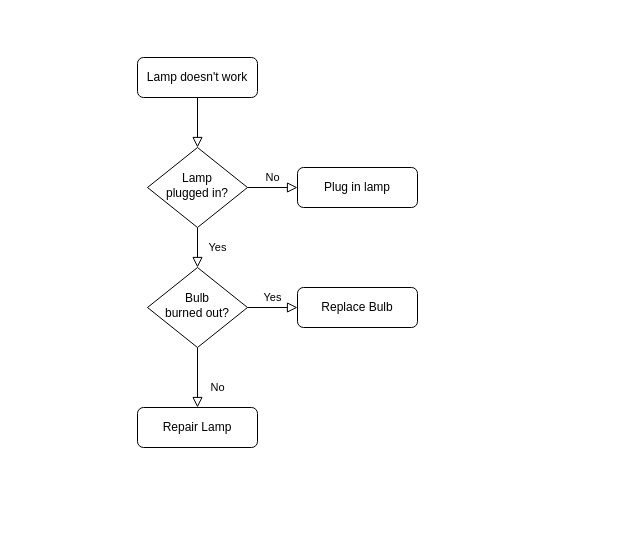
akce1/akce1 keeps this draw.io diagram as Untitled Diagram.drawio. Above is the earlier version. Source tidied: cells renumbered, new cells numbered last; positions are measured from the earlier drawing's top-left corner, leaving out a move shared by most shapes. Both pictures are drawn from the tidied source at 100%, with x=0, y=0 at pixel (137, 57).
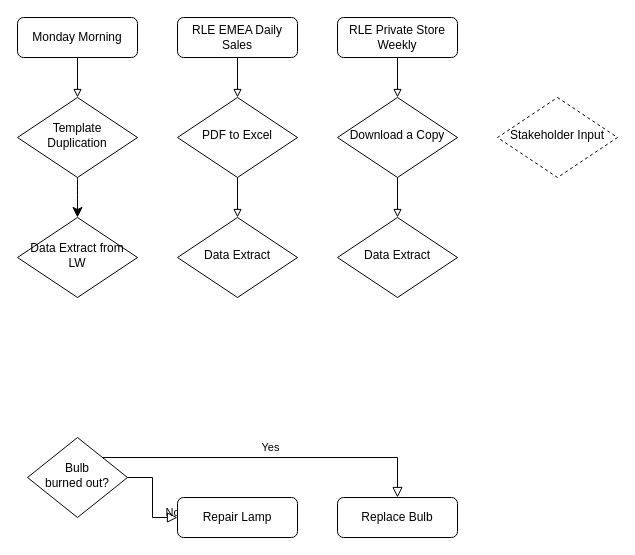
After the change.

Change to the diagram source:
```diff
@@
-    <mxCell id="2" style="rounded=0;html=1;jettySize=auto;fontSize=11;endArrow=block;endFill=0;endSize=8;strokeWidth=1;shadow=0;labelBackgroundColor=none;edgeStyle=orthogonalEdgeStyle;" parent="1" edge="1" source="3" target="6">
+    <mxCell id="2" style="rounded=0;html=1;jettySize=auto;fontSize=11;endArrow=block;endFill=0;strokeWidth=1;shadow=0;labelBackgroundColor=none;edgeStyle=orthogonalEdgeStyle;exitX=0.5;exitY=1;exitDx=0;exitDy=0;startArrow=none;startFill=0;strokeColor=default;" parent="1" edge="1" source="15" target="6">
       <mxGeometry relative="1" as="geometry" />
     </mxCell>
+    <mxCell id="13" style="edgeStyle=orthogonalEdgeStyle;rounded=0;jettySize=auto;html=1;fontSize=12;endArrow=block;endFill=0;startArrow=none;startFill=0;strokeColor=default;" parent="1" edge="1" source="3" target="19">
+      <mxGeometry relative="1" as="geometry" />
+    </mxCell>
-    <mxCell id="3" value="Lamp doesn't work" style="rounded=1;whiteSpace=wrap;html=1;fontSize=12;glass=0;strokeWidth=1;shadow=0;" parent="1" vertex="1">
-      <mxGeometry width="120" height="40" as="geometry" />
+    <mxCell id="3" value="RLE EMEA Daily Sales" style="rounded=1;whiteSpace=wrap;html=1;fontSize=12;glass=0;strokeWidth=1;shadow=0;" parent="1" vertex="1">
+      <mxGeometry x="40" y="-40" width="120" height="40" as="geometry" />
     </mxCell>
-    <mxCell id="4" value="Yes" style="rounded=0;html=1;jettySize=auto;fontSize=11;endArrow=block;endFill=0;endSize=8;strokeWidth=1;shadow=0;labelBackgroundColor=none;edgeStyle=orthogonalEdgeStyle;" parent="1" edge="1" source="6" target="10">
-      <mxGeometry y="20" relative="1" as="geometry" />
-    </mxCell>
-    <mxCell id="5" value="No" style="edgeStyle=orthogonalEdgeStyle;rounded=0;html=1;jettySize=auto;fontSize=11;endArrow=block;endFill=0;endSize=8;strokeWidth=1;shadow=0;labelBackgroundColor=none;" parent="1" edge="1" source="6" target="7">
-      <mxGeometry y="10" relative="1" as="geometry" />
-    </mxCell>
+    <mxCell id="14" style="edgeStyle=none;curved=1;rounded=0;jettySize=auto;html=1;fontSize=12;startSize=8;endSize=8;" parent="1" edge="1" source="6" target="25">
+      <mxGeometry relative="1" as="geometry" />
+    </mxCell>
-    <mxCell id="6" value="Lamp&lt;br&gt;plugged in?" style="rhombus;whiteSpace=wrap;html=1;shadow=0;fontFamily=Helvetica;fontSize=12;align=center;strokeWidth=1;spacing=6;spacingTop=-4;" parent="1" vertex="1">
-      <mxGeometry x="10" y="90" width="100" height="80" as="geometry" />
+    <mxCell id="6" value="Template Duplication" style="rhombus;whiteSpace=wrap;html=1;shadow=0;fontFamily=Helvetica;fontSize=12;align=center;strokeWidth=1;spacing=6;spacingTop=-4;" parent="1" vertex="1">
+      <mxGeometry x="-120" y="40" width="120" height="80" as="geometry" />
     </mxCell>
-    <mxCell id="7" value="Plug in lamp" style="rounded=1;whiteSpace=wrap;html=1;fontSize=12;glass=0;strokeWidth=1;shadow=0;" parent="1" vertex="1">
-      <mxGeometry x="160" y="110" width="120" height="40" as="geometry" />
-    </mxCell>
@@
     <mxCell id="9" value="Yes" style="edgeStyle=orthogonalEdgeStyle;rounded=0;html=1;jettySize=auto;fontSize=11;endArrow=block;endFill=0;endSize=8;strokeWidth=1;shadow=0;labelBackgroundColor=none;" parent="1" edge="1" source="10" target="12">
-      <mxGeometry y="10" relative="1" as="geometry" />
+      <mxGeometry y="10" relative="1" as="geometry">
+        <Array as="points">
+          <mxPoint x="260" y="400" />
+        </Array>
+      </mxGeometry>
     </mxCell>
     <mxCell id="10" value="Bulb&lt;br&gt;burned out?" style="rhombus;whiteSpace=wrap;html=1;shadow=0;fontFamily=Helvetica;fontSize=12;align=center;strokeWidth=1;spacing=6;spacingTop=-4;" parent="1" vertex="1">
-      <mxGeometry x="10" y="210" width="100" height="80" as="geometry" />
+      <mxGeometry x="-110" y="380" width="100" height="80" as="geometry" />
     </mxCell>
     <mxCell id="11" value="Repair Lamp" style="rounded=1;whiteSpace=wrap;html=1;fontSize=12;glass=0;strokeWidth=1;shadow=0;" parent="1" vertex="1">
-      <mxGeometry y="350" width="120" height="40" as="geometry" />
+      <mxGeometry x="40" y="440" width="120" height="40" as="geometry" />
     </mxCell>
     <mxCell id="12" value="Replace Bulb" style="rounded=1;whiteSpace=wrap;html=1;fontSize=12;glass=0;strokeWidth=1;shadow=0;" parent="1" vertex="1">
-      <mxGeometry x="160" y="230" width="120" height="40" as="geometry" />
+      <mxGeometry x="200" y="440" width="120" height="40" as="geometry" />
     </mxCell>
+    <mxCell id="15" value="Monday Morning" style="rounded=1;whiteSpace=wrap;html=1;fontSize=12;glass=0;strokeWidth=1;shadow=0;" parent="1" vertex="1">
+      <mxGeometry x="-120" y="-40" width="120" height="40" as="geometry" />
+    </mxCell>
+    <mxCell id="16" style="edgeStyle=none;curved=0;rounded=0;jettySize=auto;html=1;fontSize=12;endArrow=block;endFill=0;startArrow=none;startFill=0;strokeColor=default;" parent="1" edge="1" source="17" target="21">
+      <mxGeometry relative="1" as="geometry" />
+    </mxCell>
+    <mxCell id="17" value="RLE Private Store Weekly" style="rounded=1;whiteSpace=wrap;html=1;fontSize=12;glass=0;strokeWidth=1;shadow=0;" parent="1" vertex="1">
+      <mxGeometry x="200" y="-40" width="120" height="40" as="geometry" />
+    </mxCell>
+    <mxCell id="18" style="edgeStyle=orthogonalEdgeStyle;rounded=0;jettySize=auto;html=1;fontSize=12;endArrow=block;endFill=0;startArrow=none;startFill=0;strokeColor=default;" parent="1" edge="1" source="19" target="23">
+      <mxGeometry relative="1" as="geometry" />
+    </mxCell>
+    <mxCell id="19" value="PDF to Excel" style="rhombus;whiteSpace=wrap;html=1;shadow=0;fontFamily=Helvetica;fontSize=12;align=center;strokeWidth=1;spacing=6;spacingTop=-4;" parent="1" vertex="1">
+      <mxGeometry x="40" y="40" width="120" height="80" as="geometry" />
+    </mxCell>
+    <mxCell id="20" style="edgeStyle=orthogonalEdgeStyle;rounded=0;jettySize=auto;html=1;fontSize=12;endArrow=block;endFill=0;startArrow=none;startFill=0;strokeColor=default;" parent="1" edge="1" source="21" target="24">
+      <mxGeometry relative="1" as="geometry" />
+    </mxCell>
+    <mxCell id="21" value="Download a Copy" style="rhombus;whiteSpace=wrap;html=1;shadow=0;fontFamily=Helvetica;fontSize=12;align=center;strokeWidth=1;spacing=6;spacingTop=-4;" parent="1" vertex="1">
+      <mxGeometry x="200" y="40" width="120" height="80" as="geometry" />
+    </mxCell>
+    <mxCell id="22" value="Stakeholder Input" style="rhombus;whiteSpace=wrap;html=1;shadow=0;fontFamily=Helvetica;fontSize=12;align=center;strokeWidth=1;spacing=6;spacingTop=-4;dashed=1;" parent="1" vertex="1">
+      <mxGeometry x="360" y="40" width="120" height="80" as="geometry" />
+    </mxCell>
+    <mxCell id="23" value="Data Extract" style="rhombus;whiteSpace=wrap;html=1;shadow=0;fontFamily=Helvetica;fontSize=12;align=center;strokeWidth=1;spacing=6;spacingTop=-4;" parent="1" vertex="1">
+      <mxGeometry x="40" y="160" width="120" height="80" as="geometry" />
+    </mxCell>
+    <mxCell id="24" value="Data Extract" style="rhombus;whiteSpace=wrap;html=1;shadow=0;fontFamily=Helvetica;fontSize=12;align=center;strokeWidth=1;spacing=6;spacingTop=-4;" parent="1" vertex="1">
+      <mxGeometry x="200" y="160" width="120" height="80" as="geometry" />
+    </mxCell>
+    <mxCell id="25" value="Data Extract from LW" style="rhombus;whiteSpace=wrap;html=1;shadow=0;fontFamily=Helvetica;fontSize=12;align=center;strokeWidth=1;spacing=6;spacingTop=-4;" parent="1" vertex="1">
+      <mxGeometry x="-120" y="160" width="120" height="80" as="geometry" />
+    </mxCell>
```
